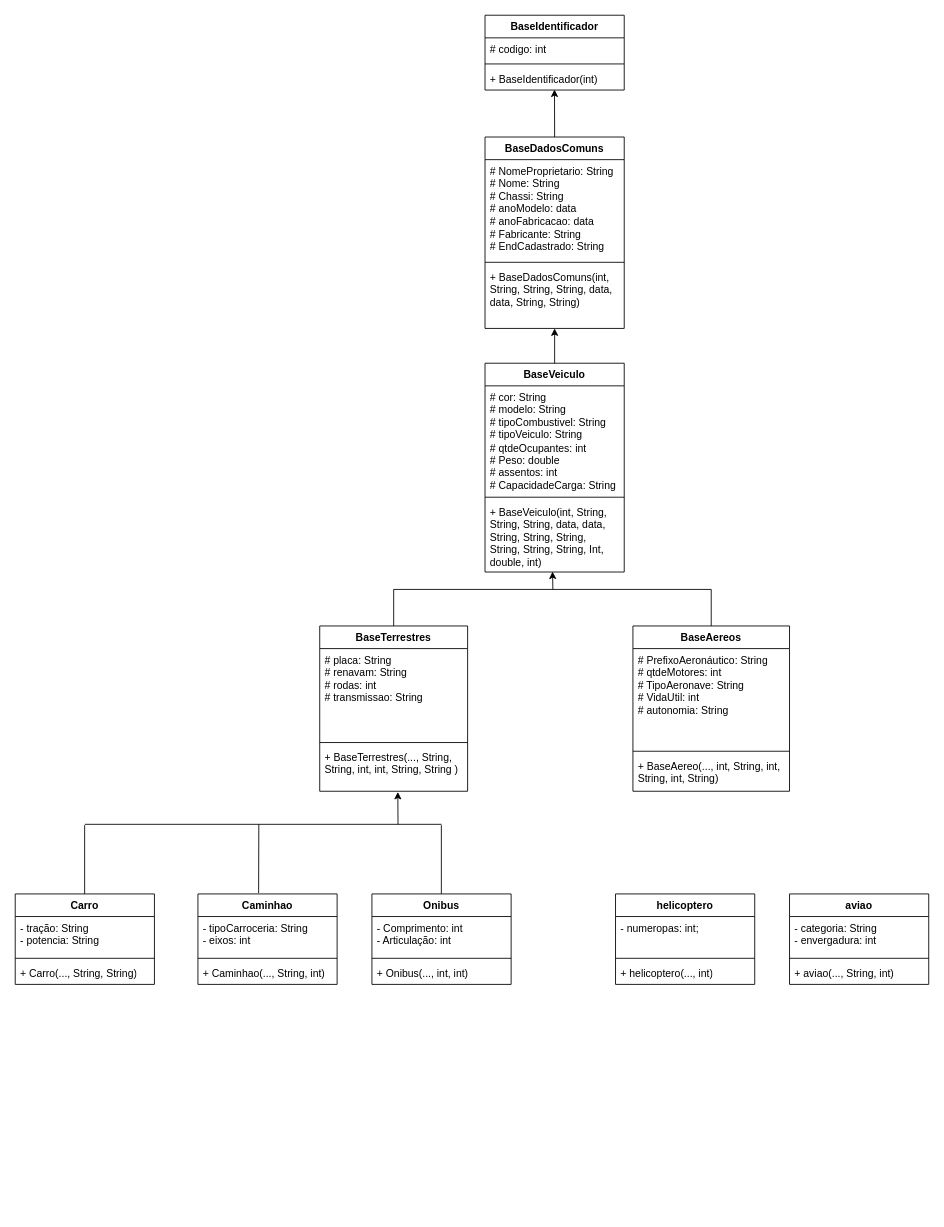
Earlier version of the draw.io diagram ProjetoVeiculosEstagiario/ProjetoVeiculosEstagiario.drawio (FelipeRauzer/Linguagem-Orientada-a-Objetos). Source tidied: cells renumbered, new cells numbered last; positions are measured from the earlier drawing's top-left corner, leaving out a move shared by most shapes. Both pictures are drawn from the tidied source at 87%, with x=0, y=0 at pixel (15, 15).
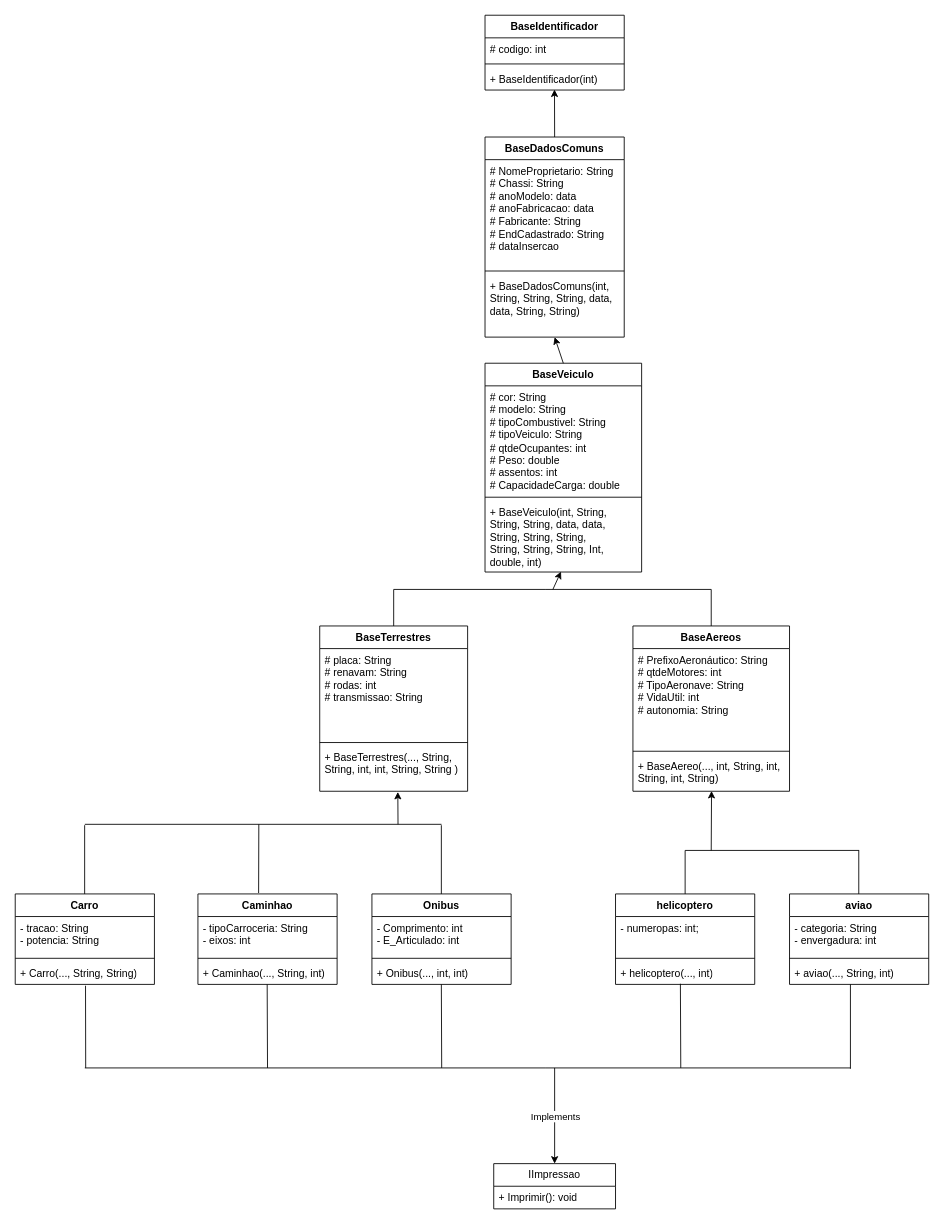
The same page after the edit.

Unchanged cells that the change refers to:
```xml
<mxCell id="18" value="+ BaseAereo(..., int, String, int, String, int, String)" style="text;strokeColor=none;fillColor=none;align=left;verticalAlign=top;spacingLeft=4;spacingRight=4;overflow=hidden;points=[[0,0.5],[1,0.5]];portConstraint=eastwest;whiteSpace=wrap;html=1;" parent="15" vertex="1">
  <mxGeometry y="148" width="180" height="42" as="geometry" />
</mxCell>
<mxCell id="34" value="+ helicoptero(..., int)" style="text;strokeColor=none;fillColor=none;align=left;verticalAlign=top;spacingLeft=4;spacingRight=4;overflow=hidden;points=[[0,0.5],[1,0.5]];portConstraint=eastwest;whiteSpace=wrap;html=1;" parent="31" vertex="1">
  <mxGeometry y="78" width="160" height="26" as="geometry" />
</mxCell>
<mxCell id="35" value="Carro&lt;br&gt;" style="swimlane;fontStyle=1;align=center;verticalAlign=top;horizontal=1;startSize=26;whiteSpace=wrap;html=1;" parent="1" vertex="1">
  <mxGeometry y="1010" width="160" height="104" as="geometry" />
</mxCell>
<mxCell id="38" value="+ Carro(..., String, String)" style="text;strokeColor=none;fillColor=none;align=left;verticalAlign=top;spacingLeft=4;spacingRight=4;overflow=hidden;points=[[0,0.5],[1,0.5]];portConstraint=eastwest;whiteSpace=wrap;html=1;" parent="35" vertex="1">
  <mxGeometry y="78" width="160" height="26" as="geometry" />
</mxCell>
<mxCell id="43" value="Onibus" style="swimlane;fontStyle=1;align=center;verticalAlign=top;horizontal=1;startSize=26;whiteSpace=wrap;html=1;" parent="1" vertex="1">
  <mxGeometry x="410" y="1010" width="160" height="104" as="geometry" />
</mxCell>
```

The edit, as a diff of the source:
```diff
@@
     <mxCell id="6" value="BaseVeiculo" style="swimlane;fontStyle=1;align=center;verticalAlign=top;horizontal=1;startSize=26;whiteSpace=wrap;html=1;" parent="1" vertex="1">
-      <mxGeometry x="540" y="400" width="160" height="240" as="geometry" />
+      <mxGeometry x="540" y="400" width="180" height="240" as="geometry" />
     </mxCell>
-    <mxCell id="7" value="# cor: String&lt;br&gt;# modelo: String&lt;br&gt;# tipoCombustivel: String&lt;br&gt;# tipoVeiculo: String&lt;br&gt;# qtdeOcupantes: int&lt;br&gt;# Peso: double&lt;br&gt;# assentos: int&amp;nbsp;&lt;br&gt;# CapacidadeCarga: String&amp;nbsp;" style="text;strokeColor=none;fillColor=none;align=left;verticalAlign=top;spacingLeft=4;spacingRight=4;overflow=hidden;whiteSpace=wrap;html=1;" parent="6" vertex="1">
-      <mxGeometry y="26" width="160" height="124" as="geometry" />
+    <mxCell id="7" value="# cor: String&lt;br&gt;# modelo: String&lt;br&gt;# tipoCombustivel: String&lt;br&gt;# tipoVeiculo: String&lt;br&gt;# qtdeOcupantes: int&lt;br&gt;# Peso: double&lt;br&gt;# assentos: int&amp;nbsp;&lt;br&gt;# CapacidadeCarga: double&amp;nbsp;" style="text;strokeColor=none;fillColor=none;align=left;verticalAlign=top;spacingLeft=4;spacingRight=4;overflow=hidden;whiteSpace=wrap;html=1;" parent="6" vertex="1">
+      <mxGeometry y="26" width="180" height="124" as="geometry" />
     </mxCell>
     <mxCell id="8" style="line;strokeWidth=1;fillColor=none;align=left;verticalAlign=middle;spacingTop=-1;spacingLeft=3;spacingRight=3;labelPosition=right;strokeColor=inherit;" parent="6" vertex="1">
-      <mxGeometry y="150" width="160" height="8" as="geometry" />
+      <mxGeometry y="150" width="180" height="8" as="geometry" />
     </mxCell>
     <mxCell id="9" value="+ BaseVeiculo(int, String, String, String, data, data, String, String, String,&lt;br&gt;String, String, String, Int, double, int)" style="text;strokeColor=none;fillColor=none;align=left;verticalAlign=top;spacingLeft=4;spacingRight=4;overflow=hidden;points=[[0,0.5],[1,0.5]];portConstraint=eastwest;whiteSpace=wrap;html=1;" parent="6" vertex="1">
-      <mxGeometry y="158" width="160" height="82" as="geometry" />
+      <mxGeometry y="158" width="180" height="82" as="geometry" />
     </mxCell>
@@
     <mxCell id="11" value="BaseDadosComuns" style="swimlane;fontStyle=1;align=center;verticalAlign=top;horizontal=1;startSize=26;whiteSpace=wrap;html=1;" parent="1" vertex="1">
-      <mxGeometry x="540" y="140" width="160" height="220" as="geometry" />
+      <mxGeometry x="540" y="140" width="160" height="230" as="geometry" />
     </mxCell>
-    <mxCell id="12" value="# NomeProprietario: String&lt;br&gt;# Nome: String&amp;nbsp;&lt;br&gt;# Chassi: String&lt;br&gt;# anoModelo: data&lt;br&gt;# anoFabricacao: data&lt;br&gt;# Fabricante: String&amp;nbsp;&lt;br&gt;# EndCadastrado: String&lt;br&gt;" style="text;strokeColor=none;fillColor=none;align=left;verticalAlign=top;spacingLeft=4;spacingRight=4;overflow=hidden;whiteSpace=wrap;html=1;" parent="11" vertex="1">
-      <mxGeometry y="26" width="160" height="114" as="geometry" />
+    <mxCell id="12" value="# NomeProprietario: String&lt;br&gt;# Chassi: String&lt;br&gt;# anoModelo: data&lt;br&gt;# anoFabricacao: data&lt;br&gt;# Fabricante: String&amp;nbsp;&lt;br&gt;# EndCadastrado: String&lt;br&gt;# dataInsercao" style="text;strokeColor=none;fillColor=none;align=left;verticalAlign=top;spacingLeft=4;spacingRight=4;overflow=hidden;whiteSpace=wrap;html=1;" parent="11" vertex="1">
+      <mxGeometry y="26" width="160" height="124" as="geometry" />
     </mxCell>
     <mxCell id="13" style="line;strokeWidth=1;fillColor=none;align=left;verticalAlign=middle;spacingTop=-1;spacingLeft=3;spacingRight=3;labelPosition=right;strokeColor=inherit;" parent="11" vertex="1">
-      <mxGeometry y="140" width="160" height="8" as="geometry" />
+      <mxGeometry y="150" width="160" height="8" as="geometry" />
     </mxCell>
     <mxCell id="14" value="+ BaseDadosComuns(int, String, String, String, data, data, String, String)&lt;br&gt;&amp;nbsp;" style="text;strokeColor=none;fillColor=none;align=left;verticalAlign=top;spacingLeft=4;spacingRight=4;overflow=hidden;points=[[0,0.5],[1,0.5]];portConstraint=eastwest;whiteSpace=wrap;html=1;" parent="11" vertex="1">
-      <mxGeometry y="148" width="160" height="72" as="geometry" />
+      <mxGeometry y="158" width="160" height="72" as="geometry" />
     </mxCell>
@@
-    <mxCell id="36" value="- tração: String&lt;br&gt;- potencia: String" style="text;strokeColor=none;fillColor=none;align=left;verticalAlign=top;spacingLeft=4;spacingRight=4;overflow=hidden;whiteSpace=wrap;html=1;" parent="35" vertex="1">
+    <mxCell id="36" value="- tracao: String&lt;br&gt;- potencia: String" style="text;strokeColor=none;fillColor=none;align=left;verticalAlign=top;spacingLeft=4;spacingRight=4;overflow=hidden;whiteSpace=wrap;html=1;" parent="35" vertex="1">
       <mxGeometry y="26" width="160" height="44" as="geometry" />
     </mxCell>
@@
-    <mxCell id="44" value="- Comprimento: int&lt;br&gt;- Articulação: int" style="text;strokeColor=none;fillColor=none;align=left;verticalAlign=top;spacingLeft=4;spacingRight=4;overflow=hidden;whiteSpace=wrap;html=1;" parent="43" vertex="1">
+    <mxCell id="44" value="- Comprimento: int&lt;br&gt;- E_Articulado: int" style="text;strokeColor=none;fillColor=none;align=left;verticalAlign=top;spacingLeft=4;spacingRight=4;overflow=hidden;whiteSpace=wrap;html=1;" parent="43" vertex="1">
       <mxGeometry y="26" width="160" height="44" as="geometry" />
     </mxCell>
@@
+    <mxCell id="52" style="endArrow=none;html=1;rounded=0;" parent="1" edge="1">
+      <mxGeometry relative="1" as="geometry">
+        <mxPoint x="770" y="1010" as="sourcePoint" />
+        <mxPoint x="770" y="960" as="targetPoint" />
+      </mxGeometry>
+    </mxCell>
+    <mxCell id="53" style="endArrow=none;html=1;rounded=0;" parent="1" edge="1">
+      <mxGeometry relative="1" as="geometry">
+        <mxPoint x="969.6" y="1010" as="sourcePoint" />
+        <mxPoint x="969.6" y="960" as="targetPoint" />
+      </mxGeometry>
+    </mxCell>
+    <mxCell id="54" style="endArrow=none;html=1;rounded=0;" parent="1" edge="1">
+      <mxGeometry relative="1" as="geometry">
+        <mxPoint x="770" y="960" as="sourcePoint" />
+        <mxPoint x="970" y="960" as="targetPoint" />
+      </mxGeometry>
+    </mxCell>
+    <mxCell id="55" style="endArrow=classic;html=1;rounded=0;entryX=0.502;entryY=0.993;entryDx=0;entryDy=0;entryPerimeter=0;" parent="1" edge="1" target="18">
+      <mxGeometry relative="1" as="geometry">
+        <mxPoint x="800" y="960" as="sourcePoint" />
+      </mxGeometry>
+    </mxCell>
+    <mxCell id="56" value="IImpressao" style="swimlane;fontStyle=0;horizontal=1;startSize=26;fillColor=none;whiteSpace=wrap;html=1;" parent="1" vertex="1">
+      <mxGeometry x="550" y="1320" width="140" height="52" as="geometry" />
+    </mxCell>
+    <mxCell id="57" value="+ Imprimir(): void" style="text;strokeColor=none;fillColor=none;align=left;verticalAlign=top;spacingLeft=4;spacingRight=4;overflow=hidden;whiteSpace=wrap;html=1;" parent="56" vertex="1">
+      <mxGeometry y="26" width="140" height="26" as="geometry" />
+    </mxCell>
+    <mxCell id="58" style="endArrow=none;html=1;rounded=0;" parent="1" edge="1">
+      <mxGeometry relative="1" as="geometry">
+        <mxPoint x="80" y="1210" as="sourcePoint" />
+        <mxPoint x="610" y="1210" as="targetPoint" />
+      </mxGeometry>
+    </mxCell>
+    <mxCell id="59" style="endArrow=none;html=1;rounded=0;entryX=0.505;entryY=1.059;entryDx=0;entryDy=0;entryPerimeter=0;" parent="1" edge="1" target="38">
+      <mxGeometry relative="1" as="geometry">
+        <mxPoint x="81" y="1210" as="sourcePoint" />
+      </mxGeometry>
+    </mxCell>
+    <mxCell id="60" style="endArrow=none;html=1;rounded=0;entryX=0.466;entryY=0.971;entryDx=0;entryDy=0;entryPerimeter=0;" parent="1" edge="1" target="34">
+      <mxGeometry relative="1" as="geometry">
+        <mxPoint x="765" y="1210" as="sourcePoint" />
+      </mxGeometry>
+    </mxCell>
+    <mxCell id="61" style="endArrow=none;html=1;rounded=0;entryX=0.505;entryY=1.059;entryDx=0;entryDy=0;entryPerimeter=0;" parent="1" edge="1">
+      <mxGeometry relative="1" as="geometry">
+        <mxPoint x="290" y="1210" as="sourcePoint" />
+        <mxPoint x="289.6" y="1114" as="targetPoint" />
+      </mxGeometry>
+    </mxCell>
+    <mxCell id="62" style="endArrow=none;html=1;rounded=0;entryX=0.505;entryY=1.059;entryDx=0;entryDy=0;entryPerimeter=0;" parent="1" edge="1">
+      <mxGeometry relative="1" as="geometry">
+        <mxPoint x="490.2" y="1210" as="sourcePoint" />
+        <mxPoint x="489.8" y="1114" as="targetPoint" />
+      </mxGeometry>
+    </mxCell>
+    <mxCell id="63" style="endArrow=none;html=1;rounded=0;" parent="1" edge="1">
+      <mxGeometry relative="1" as="geometry">
+        <mxPoint x="610" y="1210" as="sourcePoint" />
+        <mxPoint x="960" y="1210" as="targetPoint" />
+      </mxGeometry>
+    </mxCell>
+    <mxCell id="64" style="endArrow=none;html=1;rounded=0;entryX=0.466;entryY=0.971;entryDx=0;entryDy=0;entryPerimeter=0;" parent="1" edge="1">
+      <mxGeometry relative="1" as="geometry">
+        <mxPoint x="960" y="1211" as="sourcePoint" />
+        <mxPoint x="960" y="1114" as="targetPoint" />
+      </mxGeometry>
+    </mxCell>
+    <mxCell id="65" style="endArrow=classic;html=1;rounded=0;" parent="1" edge="1" target="56">
+      <mxGeometry relative="1" as="geometry">
+        <mxPoint x="620" y="1210" as="sourcePoint" />
+      </mxGeometry>
+    </mxCell>
+    <mxCell id="66" value="Implements" style="edgeLabel;html=1;align=center;verticalAlign=middle;" parent="65" vertex="1">
+      <mxGeometry relative="1" as="geometry" />
+    </mxCell>
```
